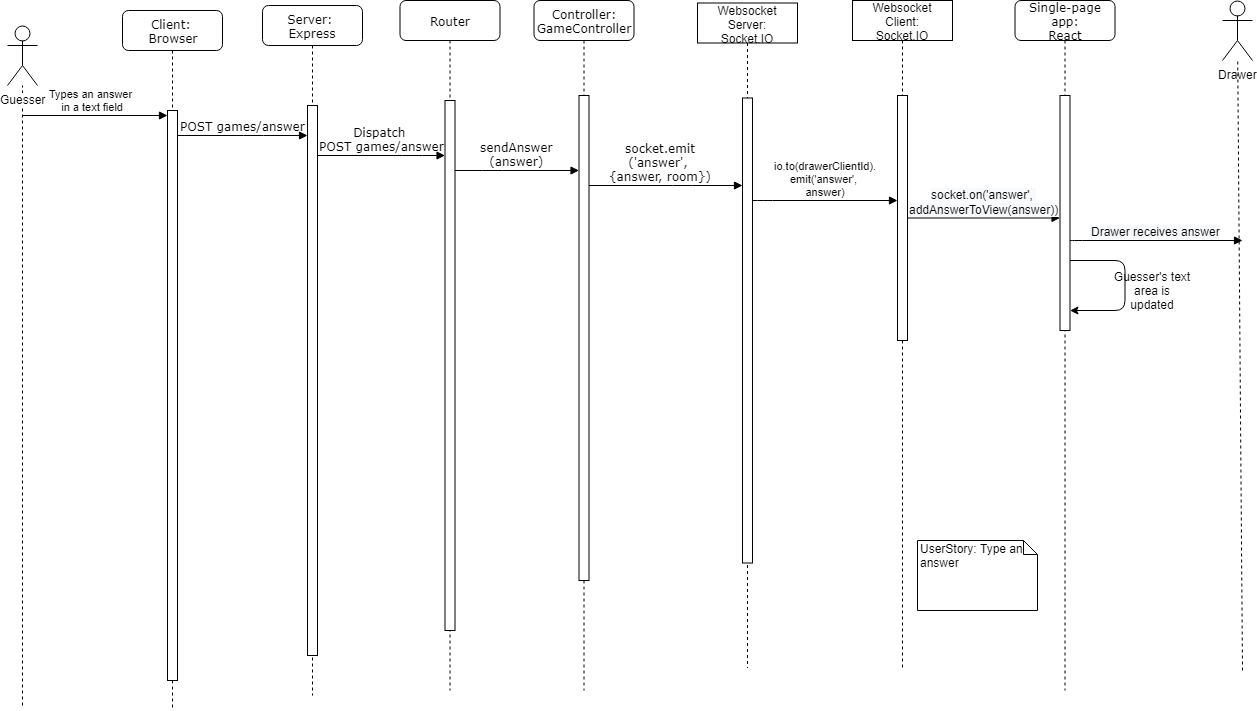
Above: UML_Graphics/Sequence Diagrams/Sequence Diagram_ Type an answer.png in O-clock-Pulsar/Pictionary-TeamPyjamasque (draw.io), before the change. Source tidied: cells renumbered, new cells last; positions are measured from the earlier drawing's top-left corner, leaving out a move shared by most shapes. Its diagram source:
```xml
<mxGraphModel>
  <root>
    <mxCell id="0" />
    <mxCell id="1" parent="0" />
    <mxCell id="2" style="endArrow=none;dashed=1;html=1;" parent="1" edge="1" target="16">
      <mxGeometry relative="1" as="geometry">
        <mxPoint x="15" y="705" as="sourcePoint" />
      </mxGeometry>
    </mxCell>
    <mxCell id="3" value="Server: &lt;br&gt;Express" style="shape=umlLifeline;perimeter=lifelinePerimeter;whiteSpace=wrap;html=1;rounded=1;shadow=0;comic=0;labelBackgroundColor=none;strokeColor=#000000;strokeWidth=1;fillColor=#FFFFFF;fontFamily=Verdana;fontSize=12;fontColor=#000000;align=center;" parent="1" vertex="1">
      <mxGeometry x="255" y="5" width="100" height="690" as="geometry" />
    </mxCell>
    <mxCell id="4" style="html=1;points=[];perimeter=orthogonalPerimeter;rounded=0;shadow=0;comic=0;labelBackgroundColor=none;strokeColor=#000000;strokeWidth=1;fillColor=#FFFFFF;fontFamily=Verdana;fontSize=12;fontColor=#000000;align=center;" parent="3" vertex="1">
      <mxGeometry x="45" y="100" width="10" height="550" as="geometry" />
    </mxCell>
    <mxCell id="5" value="Router" style="shape=umlLifeline;perimeter=lifelinePerimeter;whiteSpace=wrap;html=1;rounded=1;shadow=0;comic=0;labelBackgroundColor=none;strokeColor=#000000;strokeWidth=1;fillColor=#FFFFFF;fontFamily=Verdana;fontSize=12;fontColor=#000000;align=center;" parent="1" vertex="1">
      <mxGeometry x="392.5" width="100" height="690" as="geometry" />
    </mxCell>
    <mxCell id="6" style="html=1;points=[];perimeter=orthogonalPerimeter;rounded=0;shadow=0;comic=0;labelBackgroundColor=none;strokeColor=#000000;strokeWidth=1;fillColor=#FFFFFF;fontFamily=Verdana;fontSize=12;fontColor=#000000;align=center;" parent="5" vertex="1">
      <mxGeometry x="45" y="100" width="10" height="530" as="geometry" />
    </mxCell>
    <mxCell id="7" value="Controller: GameController" style="shape=umlLifeline;perimeter=lifelinePerimeter;whiteSpace=wrap;html=1;rounded=1;shadow=0;comic=0;labelBackgroundColor=none;strokeColor=#000000;strokeWidth=1;fillColor=#FFFFFF;fontFamily=Verdana;fontSize=12;fontColor=#000000;align=center;" parent="1" vertex="1">
      <mxGeometry x="526.5" width="100" height="690" as="geometry" />
    </mxCell>
    <mxCell id="8" style="html=1;points=[];perimeter=orthogonalPerimeter;rounded=0;shadow=0;comic=0;labelBackgroundColor=none;strokeColor=#000000;strokeWidth=1;fillColor=#FFFFFF;fontFamily=Verdana;fontSize=12;fontColor=#000000;align=center;" parent="7" vertex="1">
      <mxGeometry x="45" y="95" width="10" height="485" as="geometry" />
    </mxCell>
    <mxCell id="9" value="Client: &lt;br&gt;Browser" style="shape=umlLifeline;perimeter=lifelinePerimeter;whiteSpace=wrap;html=1;rounded=1;shadow=0;comic=0;labelBackgroundColor=none;strokeColor=#000000;strokeWidth=1;fillColor=#FFFFFF;fontFamily=Verdana;fontSize=12;fontColor=#000000;align=center;" parent="1" vertex="1">
      <mxGeometry x="115" y="10" width="100" height="700" as="geometry" />
    </mxCell>
    <mxCell id="10" style="html=1;points=[];perimeter=orthogonalPerimeter;rounded=0;shadow=0;comic=0;labelBackgroundColor=none;strokeColor=#000000;strokeWidth=1;fillColor=#FFFFFF;fontFamily=Verdana;fontSize=12;fontColor=#000000;align=center;" parent="9" vertex="1">
      <mxGeometry x="45" y="100" width="10" height="570" as="geometry" />
    </mxCell>
    <mxCell id="11" value="sendAnswer&lt;br&gt;(answer)" style="html=1;verticalAlign=bottom;endArrow=block;labelBackgroundColor=none;fontFamily=Verdana;fontSize=12;edgeStyle=elbowEdgeStyle;elbow=vertical;" parent="1" edge="1" source="6" target="8">
      <mxGeometry relative="1" as="geometry">
        <Array as="points">
          <mxPoint x="485" y="170" />
        </Array>
      </mxGeometry>
    </mxCell>
    <mxCell id="12" value="socket.emit&lt;br&gt;('answer', &lt;br&gt;{answer, room})" style="html=1;verticalAlign=bottom;endArrow=block;labelBackgroundColor=none;fontFamily=Verdana;fontSize=12;edgeStyle=elbowEdgeStyle;elbow=vertical;" parent="1" edge="1" source="8" target="18">
      <mxGeometry x="-0.07" relative="1" as="geometry">
        <Array as="points">
          <mxPoint x="675" y="185" />
          <mxPoint x="755" y="175" />
        </Array>
      </mxGeometry>
    </mxCell>
    <mxCell id="13" value="POST games/answer" style="html=1;verticalAlign=bottom;endArrow=block;labelBackgroundColor=none;fontFamily=Verdana;fontSize=12;edgeStyle=elbowEdgeStyle;elbow=vertical;" parent="1" edge="1" source="10" target="4">
      <mxGeometry relative="1" as="geometry">
        <Array as="points">
          <mxPoint x="246" y="135" />
          <mxPoint x="306" y="165" />
        </Array>
      </mxGeometry>
    </mxCell>
    <mxCell id="14" value="Dispatch &lt;br&gt;POST games/answer" style="html=1;verticalAlign=bottom;endArrow=block;labelBackgroundColor=none;fontFamily=Verdana;fontSize=12;edgeStyle=elbowEdgeStyle;elbow=vertical;" parent="1" edge="1" source="4" target="6">
      <mxGeometry relative="1" as="geometry">
        <Array as="points">
          <mxPoint x="405" y="155" />
        </Array>
      </mxGeometry>
    </mxCell>
    <mxCell id="15" value="UserStory: Type an answer" style="shape=note;whiteSpace=wrap;html=1;size=14;verticalAlign=top;align=left;spacingTop=-6;" parent="1" vertex="1">
      <mxGeometry x="910" y="540" width="120" height="70" as="geometry" />
    </mxCell>
    <mxCell id="16" value="Guesser" style="shape=umlActor;verticalLabelPosition=bottom;labelBackgroundColor=#ffffff;verticalAlign=top;html=1;outlineConnect=0;" parent="1" vertex="1">
      <mxGeometry y="25" width="30" height="60" as="geometry" />
    </mxCell>
    <mxCell id="17" value="Websocket Server:&lt;br&gt;Socket.IO" style="shape=umlLifeline;perimeter=lifelinePerimeter;whiteSpace=wrap;html=1;" parent="1" vertex="1">
      <mxGeometry x="690" y="2.5" width="100" height="665" as="geometry" />
    </mxCell>
    <mxCell id="18" style="html=1;points=[];perimeter=orthogonalPerimeter;" parent="17" vertex="1">
      <mxGeometry x="45" y="95" width="10" height="465" as="geometry" />
    </mxCell>
    <mxCell id="19" value="Websocket Client:&lt;br&gt;Socket.IO" style="shape=umlLifeline;perimeter=lifelinePerimeter;whiteSpace=wrap;html=1;" parent="1" vertex="1">
      <mxGeometry x="845" width="100" height="670" as="geometry" />
    </mxCell>
    <mxCell id="20" style="html=1;points=[];perimeter=orthogonalPerimeter;" parent="19" vertex="1">
      <mxGeometry x="45" y="95" width="10" height="245" as="geometry" />
    </mxCell>
    <mxCell id="21" value="io.to(drawerClientId).&lt;br&gt;emit('answer', &lt;br&gt;answer)" style="html=1;verticalAlign=bottom;endArrow=block;" parent="1" edge="1" source="18" target="20">
      <mxGeometry relative="1" as="geometry">
        <Array as="points">
          <mxPoint x="755" y="200" />
        </Array>
      </mxGeometry>
    </mxCell>
    <mxCell id="22" value="Types an answer &lt;br&gt;in a text field" style="html=1;verticalAlign=bottom;endArrow=block;" parent="1" edge="1" target="10">
      <mxGeometry x="-0.03" relative="1" as="geometry">
        <mxPoint x="15" y="115" as="sourcePoint" />
      </mxGeometry>
    </mxCell>
    <mxCell id="23" value="Single-page app:&lt;br&gt;React" style="shape=umlLifeline;perimeter=lifelinePerimeter;whiteSpace=wrap;html=1;rounded=1;shadow=0;comic=0;labelBackgroundColor=none;strokeColor=#000000;strokeWidth=1;fillColor=#FFFFFF;fontFamily=Verdana;fontSize=12;fontColor=#000000;align=center;" parent="1" vertex="1">
      <mxGeometry x="1007.5" width="100" height="690" as="geometry" />
    </mxCell>
    <mxCell id="24" style="html=1;points=[];perimeter=orthogonalPerimeter;rounded=0;shadow=0;comic=0;labelBackgroundColor=none;strokeColor=#000000;strokeWidth=1;fillColor=#FFFFFF;fontFamily=Verdana;fontSize=12;fontColor=#000000;align=center;" parent="23" vertex="1">
      <mxGeometry x="45" y="95" width="10" height="235" as="geometry" />
    </mxCell>
    <mxCell id="25" style="endArrow=classic;html=1;" parent="23" edge="1" source="24" target="24">
      <mxGeometry relative="1" as="geometry">
        <Array as="points">
          <mxPoint x="110" y="260" />
          <mxPoint x="110" y="310" />
        </Array>
      </mxGeometry>
    </mxCell>
    <mxCell id="26" value="&lt;span style=&quot;font-size: 12px ; text-align: left ; background-color: rgb(248 , 249 , 250)&quot;&gt;socket.on('answer',&amp;nbsp;&lt;/span&gt;&lt;br style=&quot;font-size: 12px ; text-align: left ; background-color: rgb(248 , 249 , 250)&quot;&gt;&lt;span style=&quot;font-size: 12px ; text-align: left ; background-color: rgb(248 , 249 , 250)&quot;&gt;addAnswerToView(answer))&lt;/span&gt;" style="html=1;verticalAlign=bottom;endArrow=block;" parent="1" edge="1" source="20" target="24">
      <mxGeometry relative="1" as="geometry" />
    </mxCell>
    <mxCell id="27" value="Drawer" style="shape=umlActor;verticalLabelPosition=bottom;labelBackgroundColor=#ffffff;verticalAlign=top;html=1;outlineConnect=0;" parent="1" vertex="1">
      <mxGeometry x="1215" width="30" height="60" as="geometry" />
    </mxCell>
    <mxCell id="28" value="&lt;div style=&quot;text-align: left&quot;&gt;&lt;span style=&quot;font-size: 12px ; background-color: rgb(248 , 249 , 250)&quot;&gt;Drawer receives answer&lt;/span&gt;&lt;/div&gt;" style="html=1;verticalAlign=bottom;endArrow=block;" parent="1" edge="1" source="24">
      <mxGeometry relative="1" as="geometry">
        <mxPoint x="1235" y="240" as="targetPoint" />
        <Array as="points">
          <mxPoint x="1065" y="240" />
        </Array>
      </mxGeometry>
    </mxCell>
    <mxCell id="29" style="endArrow=none;dashed=1;html=1;" parent="1" edge="1" target="27">
      <mxGeometry relative="1" as="geometry">
        <mxPoint x="1235" y="670" as="sourcePoint" />
      </mxGeometry>
    </mxCell>
    <mxCell id="30" value="Guesser's text area is updated" style="text;html=1;strokeColor=none;fillColor=none;align=center;verticalAlign=middle;whiteSpace=wrap;rounded=0;" parent="1" vertex="1">
      <mxGeometry x="1105" y="280" width="80" height="20" as="geometry" />
    </mxCell>
  </root>
</mxGraphModel>
```
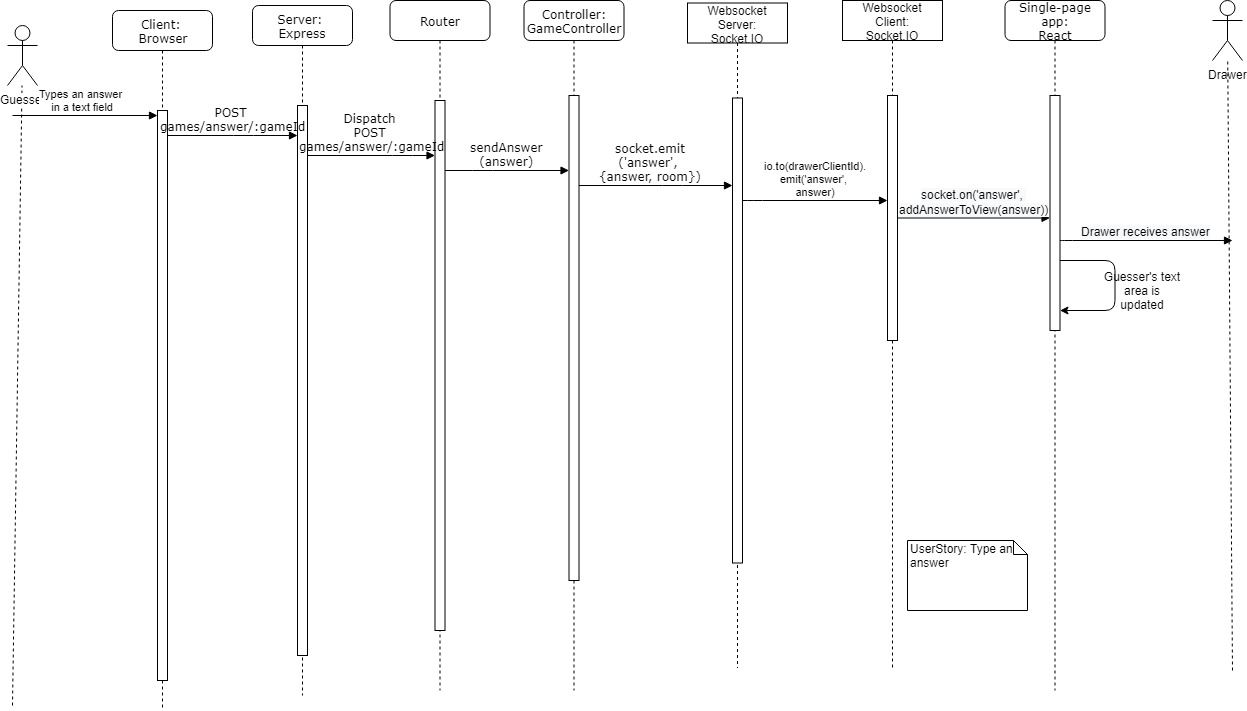
The same file after the commit.

The edit, as a diff of the source:
```diff
@@ -46,7 +46,7 @@
         </Array>
       </mxGeometry>
     </mxCell>
-    <mxCell id="13" value="POST games/answer" style="html=1;verticalAlign=bottom;endArrow=block;labelBackgroundColor=none;fontFamily=Verdana;fontSize=12;edgeStyle=elbowEdgeStyle;elbow=vertical;" parent="1" edge="1" source="10" target="4">
+    <mxCell id="13" value="POST &lt;br&gt;games/answer/:gameId" style="html=1;verticalAlign=bottom;endArrow=block;labelBackgroundColor=none;fontFamily=Verdana;fontSize=12;edgeStyle=elbowEdgeStyle;elbow=vertical;" parent="1" edge="1" source="10" target="4">
       <mxGeometry relative="1" as="geometry">
         <Array as="points">
           <mxPoint x="246" y="135" />
@@ -54,7 +54,7 @@
         </Array>
       </mxGeometry>
     </mxCell>
-    <mxCell id="14" value="Dispatch &lt;br&gt;POST games/answer" style="html=1;verticalAlign=bottom;endArrow=block;labelBackgroundColor=none;fontFamily=Verdana;fontSize=12;edgeStyle=elbowEdgeStyle;elbow=vertical;" parent="1" edge="1" source="4" target="6">
+    <mxCell id="14" value="Dispatch &lt;br&gt;POST &lt;br&gt;games/answer/:gameId" style="html=1;verticalAlign=bottom;endArrow=block;labelBackgroundColor=none;fontFamily=Verdana;fontSize=12;edgeStyle=elbowEdgeStyle;elbow=vertical;" parent="1" edge="1" source="4" target="6">
       <mxGeometry relative="1" as="geometry">
         <Array as="points">
           <mxPoint x="405" y="155" />
@@ -65,7 +65,7 @@
       <mxGeometry x="910" y="540" width="120" height="70" as="geometry" />
     </mxCell>
     <mxCell id="16" value="Guesser" style="shape=umlActor;verticalLabelPosition=bottom;labelBackgroundColor=#ffffff;verticalAlign=top;html=1;outlineConnect=0;" parent="1" vertex="1">
-      <mxGeometry y="25" width="30" height="60" as="geometry" />
+      <mxGeometry x="10" y="25" width="30" height="60" as="geometry" />
     </mxCell>
     <mxCell id="17" value="Websocket Server:&lt;br&gt;Socket.IO" style="shape=umlLifeline;perimeter=lifelinePerimeter;whiteSpace=wrap;html=1;" parent="1" vertex="1">
       <mxGeometry x="690" y="2.5" width="100" height="665" as="geometry" />
```
